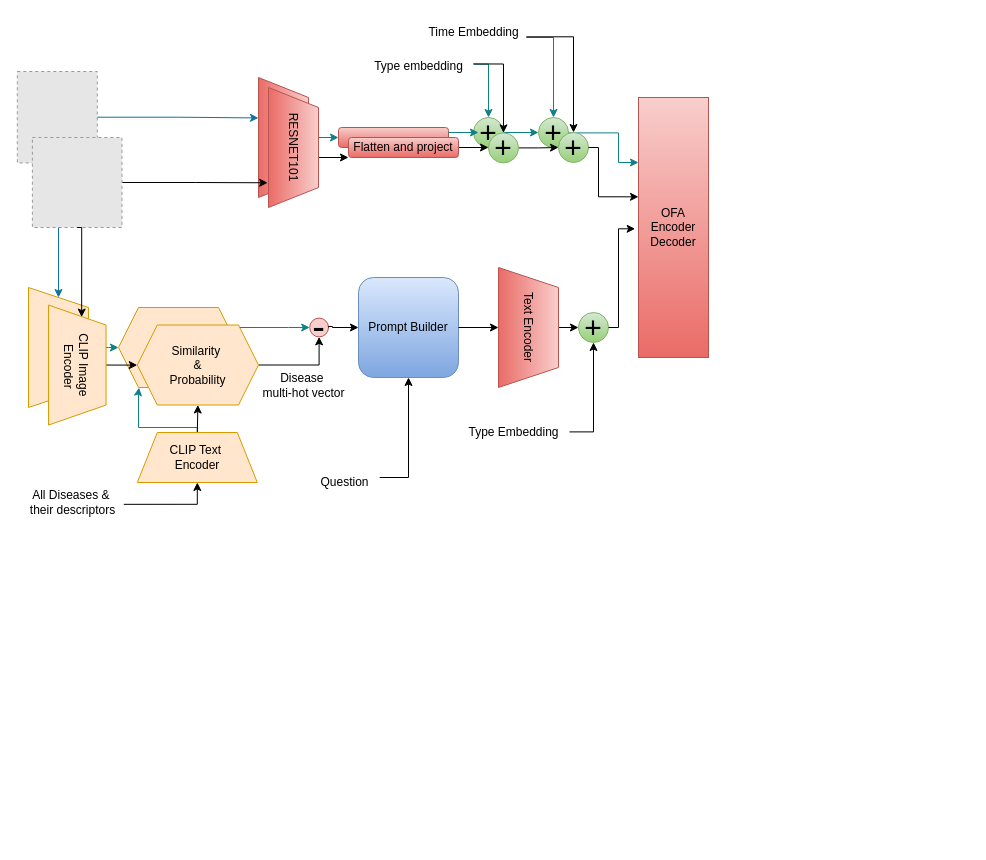
Earlier version of the draw.io diagram figure/Untitled Diagram.drawio (sebtum/context-aware-diffvqa). Source tidied: cells renumbered, new cells numbered last; positions are measured from the earlier drawing's top-left corner, leaving out a move shared by most shapes. Both pictures are drawn from the tidied source at 100%, with x=0, y=0 at pixel (-2, 17). Pictures stored in the file or linked from it are replaced by grey dashed boxes.
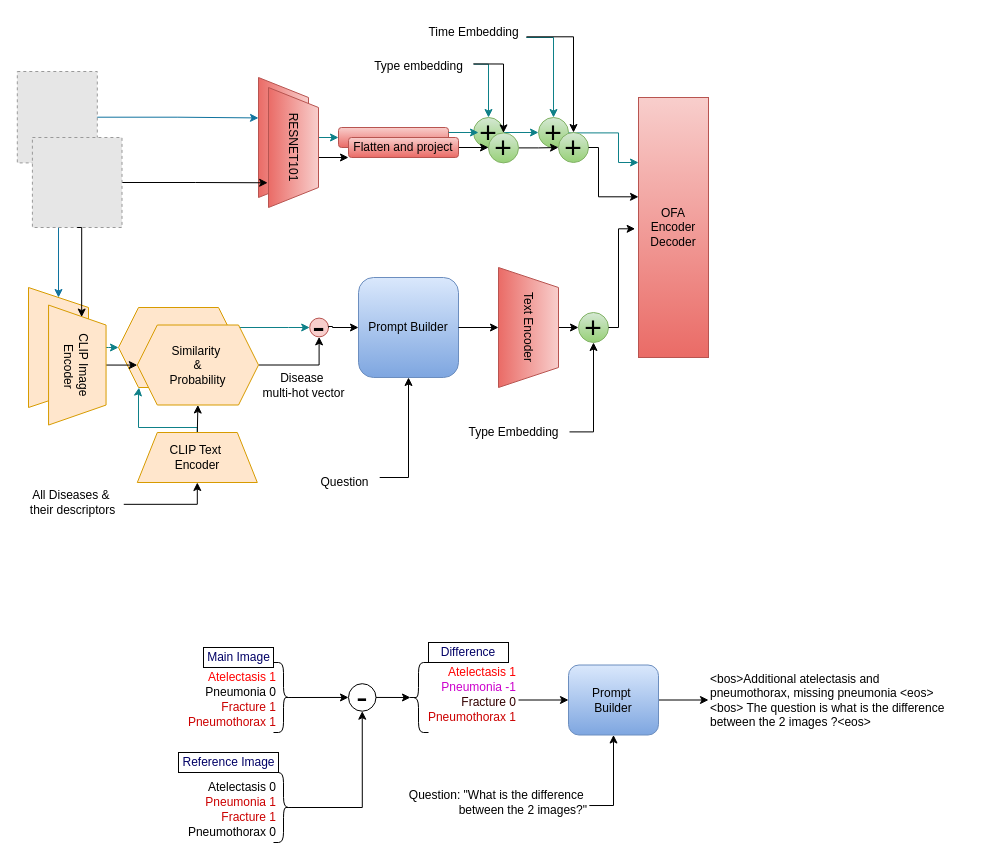
After the change.

The edit, as a diff of the source:
```diff
@@
+    <mxCell id="57" style="rounded=0;whiteSpace=wrap;html=1;" parent="1" vertex="1">
+      <mxGeometry x="205" y="630" width="70" height="20" as="geometry" />
+    </mxCell>
+    <mxCell id="58" value="&lt;font style=&quot;color: rgb(0, 0, 102);&quot;&gt;Main Image&lt;/font&gt;" style="text;html=1;align=center;verticalAlign=middle;strokeColor=none;fillColor=none;" parent="1" vertex="1">
+      <mxGeometry x="195" y="625" width="90" height="30" as="geometry" />
+    </mxCell>
+    <mxCell id="59" style="rounded=0;whiteSpace=wrap;html=1;" parent="1" vertex="1">
+      <mxGeometry x="180" y="735" width="100" height="20" as="geometry" />
+    </mxCell>
@@
+    <mxCell id="60" style="shape=table;startSize=0;childLayout=tableLayout;fontSize=11;fillColor=none;strokeColor=none;" parent="1" vertex="1">
+      <mxGeometry x="180" y="650" width="100" height="60" as="geometry" />
+    </mxCell>
+    <mxCell id="61" style="shape=tableRow;horizontal=0;startSize=0;swimlaneHead=0;swimlaneBody=0;strokeColor=inherit;top=0;left=0;bottom=0;right=0;fillColor=none;fontSize=16;" parent="60" vertex="1">
+      <mxGeometry width="100" height="15" as="geometry" />
+    </mxCell>
+    <mxCell id="62" value="&lt;font style=&quot;color: rgb(255, 0, 0);&quot;&gt;Atelectasis 1&lt;/font&gt;" style="shape=partialRectangle;html=1;whiteSpace=wrap;strokeColor=inherit;overflow=hidden;fillColor=none;top=0;left=0;bottom=0;right=0;fontSize=12;align=right;spacingLeft=5;" parent="61" vertex="1">
+      <mxGeometry width="100" height="15" as="geometry" />
+    </mxCell>
+    <mxCell id="63" style="shape=tableRow;horizontal=0;startSize=0;swimlaneHead=0;swimlaneBody=0;strokeColor=inherit;top=0;left=0;bottom=0;right=0;fillColor=none;fontSize=16;" parent="60" vertex="1">
+      <mxGeometry y="15" width="100" height="15" as="geometry" />
+    </mxCell>
+    <mxCell id="64" value="Pneumonia 0" style="shape=partialRectangle;html=1;whiteSpace=wrap;strokeColor=inherit;overflow=hidden;fillColor=none;top=0;left=0;bottom=0;right=0;fontSize=12;align=right;spacingLeft=5;" parent="63" vertex="1">
+      <mxGeometry width="100" height="15" as="geometry" />
+    </mxCell>
+    <mxCell id="65" style="shape=tableRow;horizontal=0;startSize=0;swimlaneHead=0;swimlaneBody=0;strokeColor=inherit;top=0;left=0;bottom=0;right=0;fillColor=none;fontSize=16;" parent="60" vertex="1">
+      <mxGeometry y="30" width="100" height="15" as="geometry" />
+    </mxCell>
+    <mxCell id="66" value="&lt;font style=&quot;color: rgb(204, 0, 0);&quot;&gt;Fracture 1&lt;/font&gt;" style="shape=partialRectangle;html=1;whiteSpace=wrap;strokeColor=inherit;overflow=hidden;fillColor=none;top=0;left=0;bottom=0;right=0;fontSize=12;align=right;spacingLeft=5;" parent="65" vertex="1">
+      <mxGeometry width="100" height="15" as="geometry" />
+    </mxCell>
+    <mxCell id="67" style="shape=tableRow;horizontal=0;startSize=0;swimlaneHead=0;swimlaneBody=0;strokeColor=inherit;top=0;left=0;bottom=0;right=0;fillColor=none;fontSize=16;" parent="60" vertex="1">
+      <mxGeometry y="45" width="100" height="15" as="geometry" />
+    </mxCell>
+    <mxCell id="68" value="&lt;font style=&quot;color: rgb(204, 0, 0);&quot;&gt;Pneumothorax 1&lt;/font&gt;" style="shape=partialRectangle;html=1;whiteSpace=wrap;strokeColor=inherit;overflow=hidden;fillColor=none;top=0;left=0;bottom=0;right=0;fontSize=12;align=right;spacingLeft=5;" parent="67" vertex="1">
+      <mxGeometry width="100" height="15" as="geometry" />
+    </mxCell>
+    <mxCell id="69" style="shape=table;startSize=0;childLayout=tableLayout;fontSize=11;fillColor=none;strokeColor=none;" parent="1" vertex="1">
+      <mxGeometry x="180" y="760" width="100" height="60" as="geometry" />
+    </mxCell>
+    <mxCell id="70" style="shape=tableRow;horizontal=0;startSize=0;swimlaneHead=0;swimlaneBody=0;strokeColor=inherit;top=0;left=0;bottom=0;right=0;fillColor=none;fontSize=16;" parent="69" vertex="1">
+      <mxGeometry width="100" height="15" as="geometry" />
+    </mxCell>
+    <mxCell id="71" value="Atelectasis 0" style="shape=partialRectangle;html=1;whiteSpace=wrap;strokeColor=inherit;overflow=hidden;fillColor=none;top=0;left=0;bottom=0;right=0;fontSize=12;align=right;spacingLeft=5;" parent="70" vertex="1">
+      <mxGeometry width="100" height="15" as="geometry" />
+    </mxCell>
+    <mxCell id="72" style="shape=tableRow;horizontal=0;startSize=0;swimlaneHead=0;swimlaneBody=0;strokeColor=inherit;top=0;left=0;bottom=0;right=0;fillColor=none;fontSize=16;" parent="69" vertex="1">
+      <mxGeometry y="15" width="100" height="15" as="geometry" />
+    </mxCell>
+    <mxCell id="73" value="&lt;font style=&quot;color: rgb(204, 0, 0);&quot;&gt;Pneumonia 1&lt;/font&gt;" style="shape=partialRectangle;html=1;whiteSpace=wrap;strokeColor=inherit;overflow=hidden;fillColor=none;top=0;left=0;bottom=0;right=0;fontSize=12;align=right;spacingLeft=5;" parent="72" vertex="1">
+      <mxGeometry width="100" height="15" as="geometry" />
+    </mxCell>
+    <mxCell id="74" style="shape=tableRow;horizontal=0;startSize=0;swimlaneHead=0;swimlaneBody=0;strokeColor=inherit;top=0;left=0;bottom=0;right=0;fillColor=none;fontSize=16;" parent="69" vertex="1">
+      <mxGeometry y="30" width="100" height="15" as="geometry" />
+    </mxCell>
+    <mxCell id="75" value="&lt;font style=&quot;color: rgb(204, 0, 0);&quot;&gt;Fracture 1&lt;/font&gt;" style="shape=partialRectangle;html=1;whiteSpace=wrap;strokeColor=inherit;overflow=hidden;fillColor=none;top=0;left=0;bottom=0;right=0;fontSize=12;align=right;spacingLeft=5;" parent="74" vertex="1">
+      <mxGeometry width="100" height="15" as="geometry" />
+    </mxCell>
+    <mxCell id="76" style="shape=tableRow;horizontal=0;startSize=0;swimlaneHead=0;swimlaneBody=0;strokeColor=inherit;top=0;left=0;bottom=0;right=0;fillColor=none;fontSize=16;" parent="69" vertex="1">
+      <mxGeometry y="45" width="100" height="15" as="geometry" />
+    </mxCell>
+    <mxCell id="77" value="Pneumothorax 0" style="shape=partialRectangle;html=1;whiteSpace=wrap;strokeColor=inherit;overflow=hidden;fillColor=none;top=0;left=0;bottom=0;right=0;fontSize=12;align=right;spacingLeft=5;" parent="76" vertex="1">
+      <mxGeometry width="100" height="15" as="geometry" />
+    </mxCell>
+    <mxCell id="78" style="edgeStyle=orthogonalEdgeStyle;rounded=0;jettySize=auto;html=1;exitX=0.1;exitY=0.5;exitDx=0;exitDy=0;exitPerimeter=0;entryX=0;entryY=0.5;entryDx=0;entryDy=0;" parent="1" edge="1" source="79" target="82">
+      <mxGeometry relative="1" as="geometry" />
+    </mxCell>
+    <mxCell id="79" style="shape=curlyBracket;whiteSpace=wrap;html=1;rounded=1;flipH=1;labelPosition=right;verticalLabelPosition=middle;align=left;verticalAlign=middle;" parent="1" vertex="1">
+      <mxGeometry x="275" y="645" width="20" height="70" as="geometry" />
+    </mxCell>
+    <mxCell id="80" style="edgeStyle=orthogonalEdgeStyle;rounded=0;jettySize=auto;html=1;exitX=0.1;exitY=0.5;exitDx=0;exitDy=0;exitPerimeter=0;" parent="1" edge="1" source="81" target="82">
+      <mxGeometry relative="1" as="geometry" />
+    </mxCell>
+    <mxCell id="81" style="shape=curlyBracket;whiteSpace=wrap;html=1;rounded=1;flipH=1;labelPosition=right;verticalLabelPosition=middle;align=left;verticalAlign=middle;" parent="1" vertex="1">
+      <mxGeometry x="275" y="755" width="20" height="70" as="geometry" />
+    </mxCell>
+    <mxCell id="82" value="&lt;font style=&quot;font-size: 34px;&quot;&gt;-&lt;/font&gt;" style="ellipse;whiteSpace=wrap;html=1;" parent="1" vertex="1">
+      <mxGeometry x="350" y="666.2" width="27.5" height="27.5" as="geometry" />
+    </mxCell>
+    <mxCell id="83" style="shape=table;startSize=0;childLayout=tableLayout;fontSize=11;fillColor=none;strokeColor=none;" parent="1" vertex="1">
+      <mxGeometry x="420" y="645" width="100" height="60" as="geometry" />
+    </mxCell>
+    <mxCell id="84" style="shape=tableRow;horizontal=0;startSize=0;swimlaneHead=0;swimlaneBody=0;strokeColor=inherit;top=0;left=0;bottom=0;right=0;fillColor=none;fontSize=16;" parent="83" vertex="1">
+      <mxGeometry width="100" height="15" as="geometry" />
+    </mxCell>
+    <mxCell id="85" value="&lt;font style=&quot;color: rgb(255, 0, 0);&quot;&gt;Atelectasis 1&lt;/font&gt;" style="shape=partialRectangle;html=1;whiteSpace=wrap;strokeColor=inherit;overflow=hidden;fillColor=none;top=0;left=0;bottom=0;right=0;fontSize=12;align=right;spacingLeft=5;" parent="84" vertex="1">
+      <mxGeometry width="100" height="15" as="geometry" />
+    </mxCell>
+    <mxCell id="86" style="shape=tableRow;horizontal=0;startSize=0;swimlaneHead=0;swimlaneBody=0;strokeColor=inherit;top=0;left=0;bottom=0;right=0;fillColor=none;fontSize=16;" parent="83" vertex="1">
+      <mxGeometry y="15" width="100" height="15" as="geometry" />
+    </mxCell>
+    <mxCell id="87" value="&lt;font style=&quot;color: rgb(204, 0, 204);&quot;&gt;Pneumonia -1&lt;/font&gt;" style="shape=partialRectangle;html=1;whiteSpace=wrap;strokeColor=inherit;overflow=hidden;fillColor=none;top=0;left=0;bottom=0;right=0;fontSize=12;align=right;spacingLeft=5;" parent="86" vertex="1">
+      <mxGeometry width="100" height="15" as="geometry" />
+    </mxCell>
+    <mxCell id="88" style="shape=tableRow;horizontal=0;startSize=0;swimlaneHead=0;swimlaneBody=0;strokeColor=inherit;top=0;left=0;bottom=0;right=0;fillColor=none;points=[[0,0.5],[1,0.5]];portConstraint=eastwest;fontSize=16;" parent="83" vertex="1">
+      <mxGeometry y="30" width="100" height="15" as="geometry" />
+    </mxCell>
+    <mxCell id="89" value="&lt;font style=&quot;color: rgb(51, 0, 0);&quot;&gt;Fracture 0&lt;/font&gt;" style="shape=partialRectangle;html=1;whiteSpace=wrap;strokeColor=inherit;overflow=hidden;fillColor=none;top=0;left=0;bottom=0;right=0;fontSize=12;align=right;spacingLeft=5;" parent="88" vertex="1">
+      <mxGeometry width="100" height="15" as="geometry" />
+    </mxCell>
+    <mxCell id="90" style="shape=tableRow;horizontal=0;startSize=0;swimlaneHead=0;swimlaneBody=0;strokeColor=inherit;top=0;left=0;bottom=0;right=0;fillColor=none;fontSize=16;" parent="83" vertex="1">
+      <mxGeometry y="45" width="100" height="15" as="geometry" />
+    </mxCell>
+    <mxCell id="91" value="&lt;font style=&quot;color: rgb(204, 0, 0);&quot;&gt;Pneumothorax 1&lt;/font&gt;" style="shape=partialRectangle;html=1;whiteSpace=wrap;strokeColor=inherit;overflow=hidden;fillColor=none;top=0;left=0;bottom=0;right=0;fontSize=12;align=right;spacingLeft=5;" parent="90" vertex="1">
+      <mxGeometry width="100" height="15" as="geometry" />
+    </mxCell>
+    <mxCell id="92" style="shape=curlyBracket;whiteSpace=wrap;html=1;rounded=1;flipH=1;labelPosition=right;verticalLabelPosition=middle;align=left;verticalAlign=middle;rotation=-180;" parent="1" vertex="1">
+      <mxGeometry x="410" y="645" width="20" height="70" as="geometry" />
+    </mxCell>
+    <mxCell id="93" style="edgeStyle=orthogonalEdgeStyle;rounded=0;jettySize=auto;html=1;exitX=1;exitY=0.5;exitDx=0;exitDy=0;entryX=0.1;entryY=0.5;entryDx=0;entryDy=0;entryPerimeter=0;" parent="1" edge="1" source="82" target="92">
+      <mxGeometry relative="1" as="geometry" />
+    </mxCell>
+    <mxCell id="94" value="&lt;font style=&quot;color: rgb(0, 0, 102);&quot;&gt;Reference Image&lt;/font&gt;" style="text;html=1;align=center;verticalAlign=middle;strokeColor=none;fillColor=none;" parent="1" vertex="1">
+      <mxGeometry x="170" y="730" width="120" height="30" as="geometry" />
+    </mxCell>
+    <mxCell id="95" value="Question: &quot;What is the difference&amp;nbsp;&lt;div&gt;between the 2 images?&quot;&lt;/div&gt;" style="text;html=1;align=right;verticalAlign=middle;points=[];strokeColor=none;fillColor=none;" parent="1" vertex="1">
+      <mxGeometry x="390" y="765" width="200" height="40" as="geometry" />
+    </mxCell>
+    <mxCell id="96" value="&amp;lt;bos&amp;gt;Additional atelectasis and&amp;nbsp;&lt;div&gt;pneumothorax,&amp;nbsp;&lt;span style=&quot;background-color: transparent; color: light-dark(rgb(0, 0, 0), rgb(255, 255, 255));&quot;&gt;missing pneumonia &amp;lt;eos&amp;gt;&amp;nbsp;&lt;/span&gt;&lt;/div&gt;&lt;div&gt;&lt;span style=&quot;background-color: transparent; color: light-dark(rgb(0, 0, 0), rgb(255, 255, 255));&quot;&gt;&amp;lt;bos&amp;gt; The question is&amp;nbsp;&lt;/span&gt;&lt;span style=&quot;background-color: transparent; color: light-dark(rgb(0, 0, 0), rgb(255, 255, 255));&quot;&gt;what is the difference&amp;nbsp;&lt;/span&gt;&lt;/div&gt;&lt;div&gt;&lt;span style=&quot;background-color: transparent; color: light-dark(rgb(0, 0, 0), rgb(255, 255, 255));&quot;&gt;between the 2 images ?&amp;lt;eos&amp;gt;&lt;/span&gt;&lt;/div&gt;" style="text;html=1;align=left;verticalAlign=middle;points=[];strokeColor=none;fillColor=none;" parent="1" vertex="1">
+      <mxGeometry x="710" y="647.5" width="260" height="70" as="geometry" />
+    </mxCell>
+    <mxCell id="97" value="&lt;font style=&quot;color: rgb(0, 0, 102);&quot;&gt;Difference&lt;/font&gt;" style="rounded=0;whiteSpace=wrap;html=1;" parent="1" vertex="1">
+      <mxGeometry x="430" y="625" width="80" height="20" as="geometry" />
+    </mxCell>
+    <mxCell id="98" style="edgeStyle=orthogonalEdgeStyle;rounded=0;jettySize=auto;html=1;exitX=1;exitY=0.5;exitDx=0;exitDy=0;" parent="1" edge="1" source="99" target="96">
+      <mxGeometry relative="1" as="geometry" />
+    </mxCell>
+    <mxCell id="99" value="Prompt&amp;nbsp;&lt;div&gt;Builder&lt;/div&gt;" style="rounded=1;whiteSpace=wrap;html=1;fillColor=#dae8fc;gradientColor=#7ea6e0;strokeColor=#6c8ebf;" parent="1" vertex="1">
+      <mxGeometry x="570" y="647.5" width="90" height="70" as="geometry" />
+    </mxCell>
+    <mxCell id="100" style="edgeStyle=orthogonalEdgeStyle;rounded=0;jettySize=auto;html=1;exitX=1;exitY=0.5;exitDx=0;exitDy=0;entryX=0;entryY=0.5;entryDx=0;entryDy=0;" parent="1" edge="1" source="88" target="99">
+      <mxGeometry relative="1" as="geometry" />
+    </mxCell>
+    <mxCell id="101" style="edgeStyle=orthogonalEdgeStyle;rounded=0;jettySize=auto;html=1;exitX=1.004;exitY=0.576;exitDx=0;exitDy=0;entryX=0.5;entryY=1;entryDx=0;entryDy=0;exitPerimeter=0;" parent="1" edge="1" source="95" target="99">
+      <mxGeometry relative="1" as="geometry" />
+    </mxCell>
```
